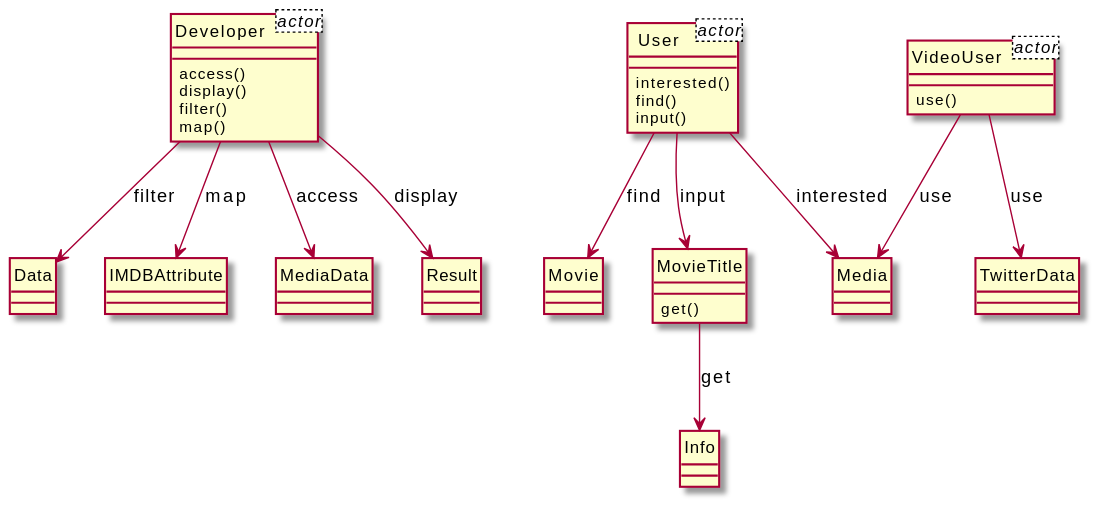
Earlier version of the PlantUML export output/diagram_5/2019-USC-Project10.svg (xixixhalu/DomainModelExtractor).
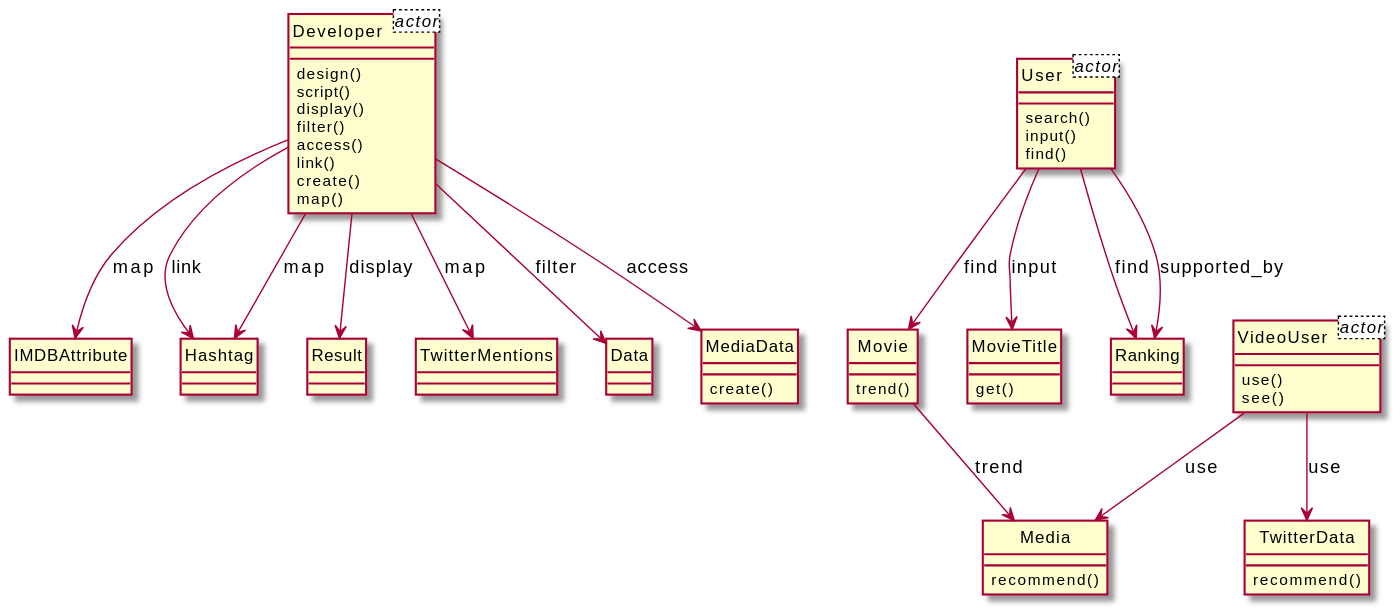
After the commit.

Change to the diagram source:
```diff
@@ -6,47 +6,64 @@
 }
 class VideoUser<actor> {
 }
-class User {
-	interested()
-	find()
-	input()
-}
-class Media {
-}
-class MovieTitle {
-	get()
-}
 class Developer {
-	access()
+	design()
+	script()
 	display()
 	filter()
+	access()
+	link()
+	create()
 	map()
-}
-class Data {
 }
 class IMDBAttribute {
 }
-class MediaData {
+class User {
+	search()
+	input()
+	find()
+}
+class Hashtag {
 }
 class Result {
 }
 class VideoUser {
 	use()
+	see()
 }
 class TwitterData {
+	recommend()
 }
-class Info {
+class Media {
+	recommend()
 }
 class Movie {
+	trend()
 }
-Developer --> Data : filter
-User --> Media : interested
-Developer --> Result : display
-MovieTitle --> Info : get
-Developer --> IMDBAttribute : map
+class MovieTitle {
+	get()
+}
+class TwitterMentions {
+}
+class Data {
+}
+class MediaData {
+	create()
+}
+class Ranking {
+}
+User --> Ranking : find
+Developer --> Hashtag : link
+VideoUser --> TwitterData : use
+Developer --> TwitterMentions : map
+Developer --> Hashtag : map
+Developer --> MediaData : access
+User --> Ranking : supported_by
 User --> MovieTitle : input
 User --> Movie : find
+Developer --> Result : display
 VideoUser --> Media : use
-Developer --> MediaData : access
-VideoUser --> TwitterData : use
+Developer --> IMDBAttribute : map
+Developer --> Data : filter
+Movie --> Media : trend
 @enduml
```
